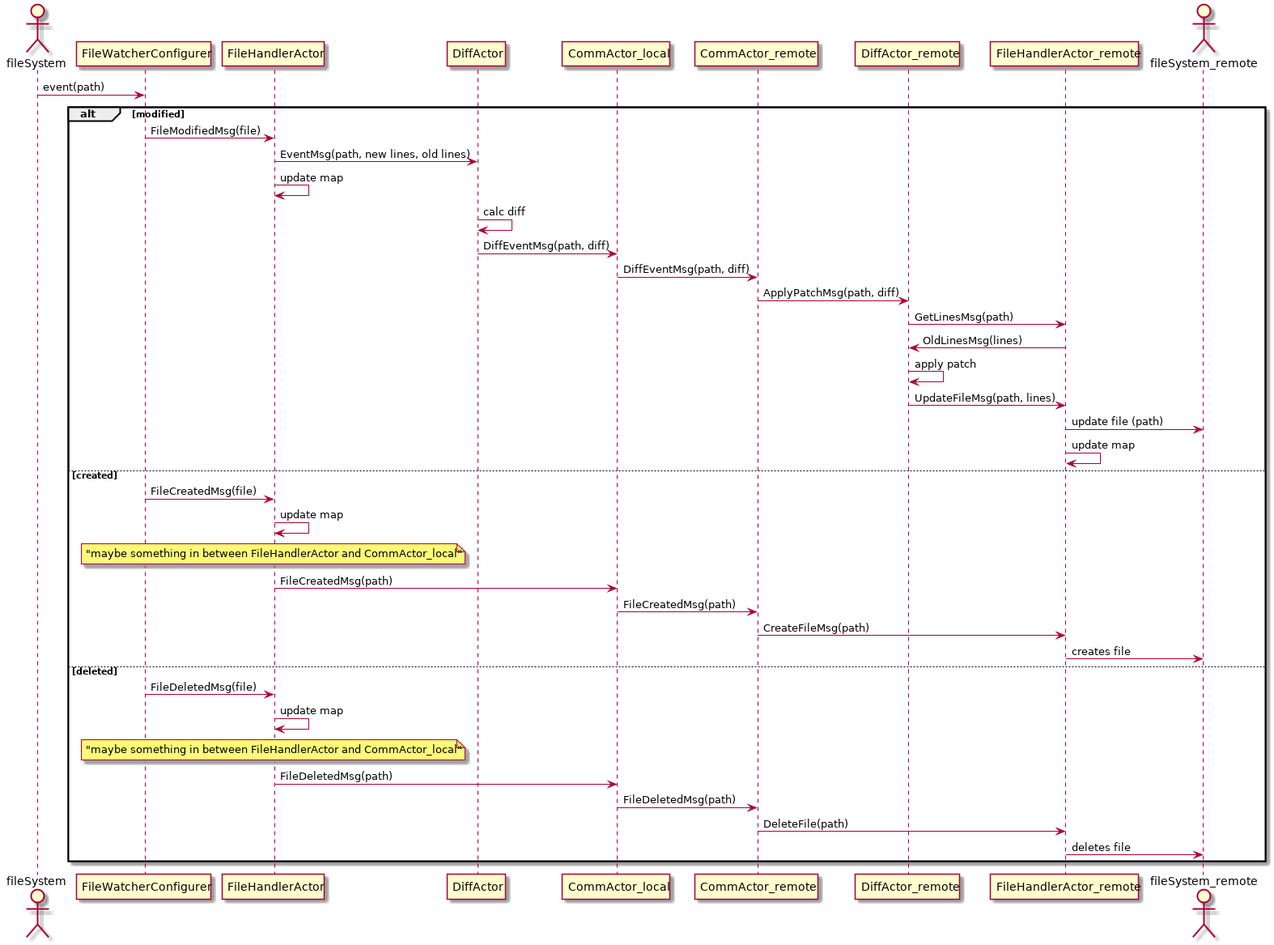
This is docs/basicSeq.png from Goolue/fileSyncr, a PlantUML export, as it was before one commit. The source it was exported from:
```plantuml
@startuml

	actor fileSystem
	participant FileWatcherConfigurer
	participant FileHandlerActor
	participant DiffActor
	participant CommActor_local
	participant CommActor_remote
	participant DiffActor_remote
	participant FileHandlerActor_remote
	actor fileSystem_remote

	fileSystem -> FileWatcherConfigurer : event(path)

	alt modified

		FileWatcherConfigurer -> FileHandlerActor : FileModifiedMsg(file)
		FileHandlerActor -> DiffActor : EventMsg(path, new lines, old lines)
		FileHandlerActor -> FileHandlerActor : update map
		DiffActor -> DiffActor : calc diff
		DiffActor -> CommActor_local : DiffEventMsg(path, diff)
		CommActor_local -> CommActor_remote : DiffEventMsg(path, diff)
		CommActor_remote -> DiffActor_remote : ApplyPatchMsg(path, diff)
		DiffActor_remote -> FileHandlerActor_remote : GetLinesMsg(path)
		FileHandlerActor_remote -> DiffActor_remote : OldLinesMsg(lines)
		DiffActor_remote -> DiffActor_remote : apply patch
		DiffActor_remote -> FileHandlerActor_remote : UpdateFileMsg(path, lines)
		FileHandlerActor_remote -> fileSystem_remote : update file (path)
		FileHandlerActor_remote -> FileHandlerActor_remote : update map

	else created

		FileWatcherConfigurer -> FileHandlerActor : FileCreatedMsg(file)
		FileHandlerActor -> FileHandlerActor : update map
		note over FileHandlerActor
			"maybe something in between FileHandlerActor and CommActor_local"
		endnote
		FileHandlerActor -> CommActor_local : FileCreatedMsg(path)
		CommActor_local -> CommActor_remote : FileCreatedMsg(path)
		CommActor_remote -> FileHandlerActor_remote : CreateFileMsg(path)
		FileHandlerActor_remote -> fileSystem_remote : creates file

	else deleted

		FileWatcherConfigurer -> FileHandlerActor : FileDeletedMsg(file)
		FileHandlerActor -> FileHandlerActor : update map
		note over FileHandlerActor
			"maybe something in between FileHandlerActor and CommActor_local"
		endnote
		FileHandlerActor -> CommActor_local : FileDeletedMsg(path)
		CommActor_local -> CommActor_remote : FileDeletedMsg(path)
		CommActor_remote -> FileHandlerActor_remote : DeleteFile(path)
		FileHandlerActor_remote -> fileSystem_remote : deletes file

	end

@enduml
```
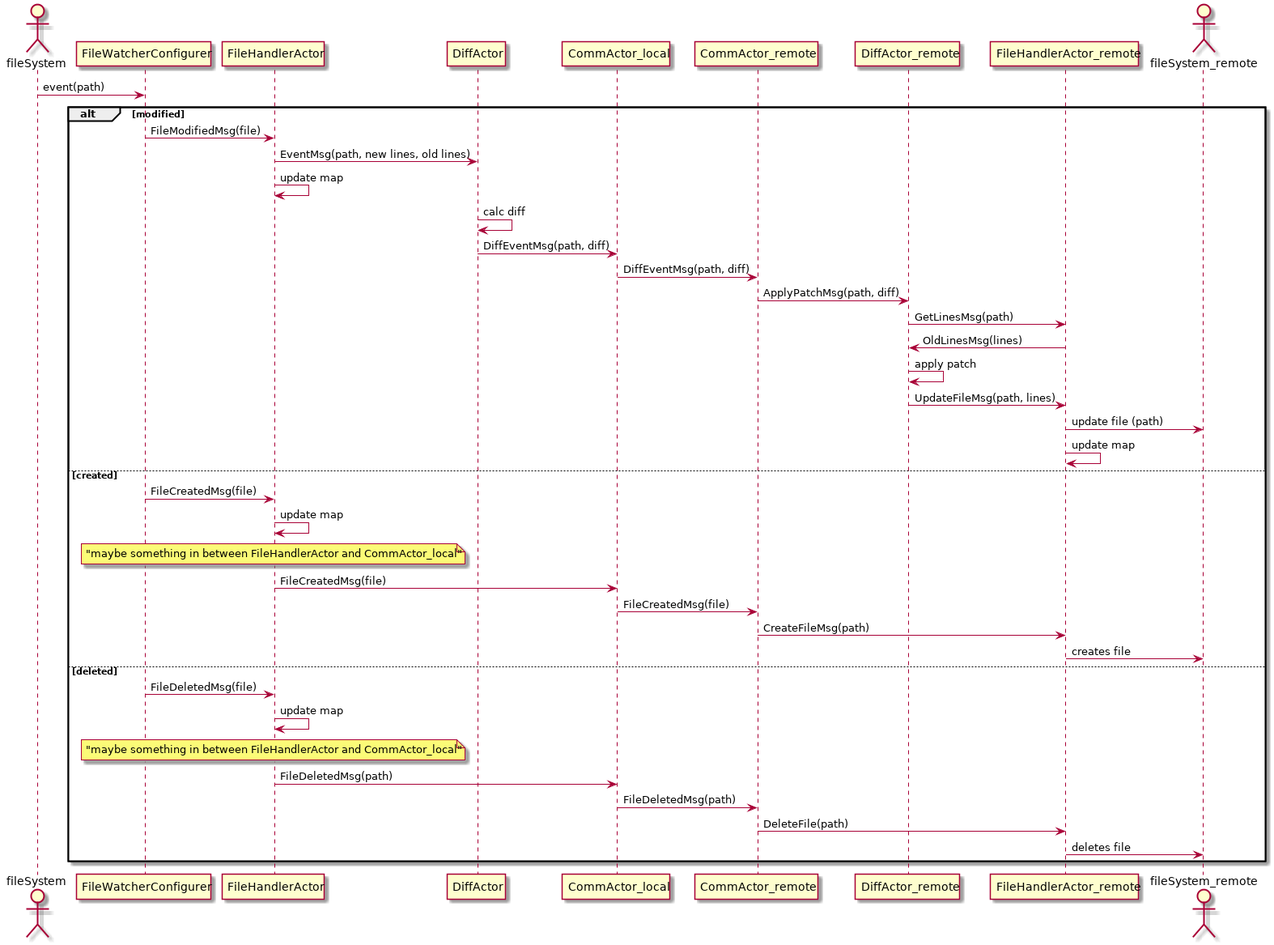
The same file after the commit.

Diff of the diagram source:
```diff
@@ -35,8 +35,8 @@
 		note over FileHandlerActor
 			"maybe something in between FileHandlerActor and CommActor_local"
 		endnote
-		FileHandlerActor -> CommActor_local : FileCreatedMsg(path)
-		CommActor_local -> CommActor_remote : FileCreatedMsg(path)
+		FileHandlerActor -> CommActor_local : FileCreatedMsg(file)
+		CommActor_local -> CommActor_remote : FileCreatedMsg(file)
 		CommActor_remote -> FileHandlerActor_remote : CreateFileMsg(path)
 		FileHandlerActor_remote -> fileSystem_remote : creates file
 
```
